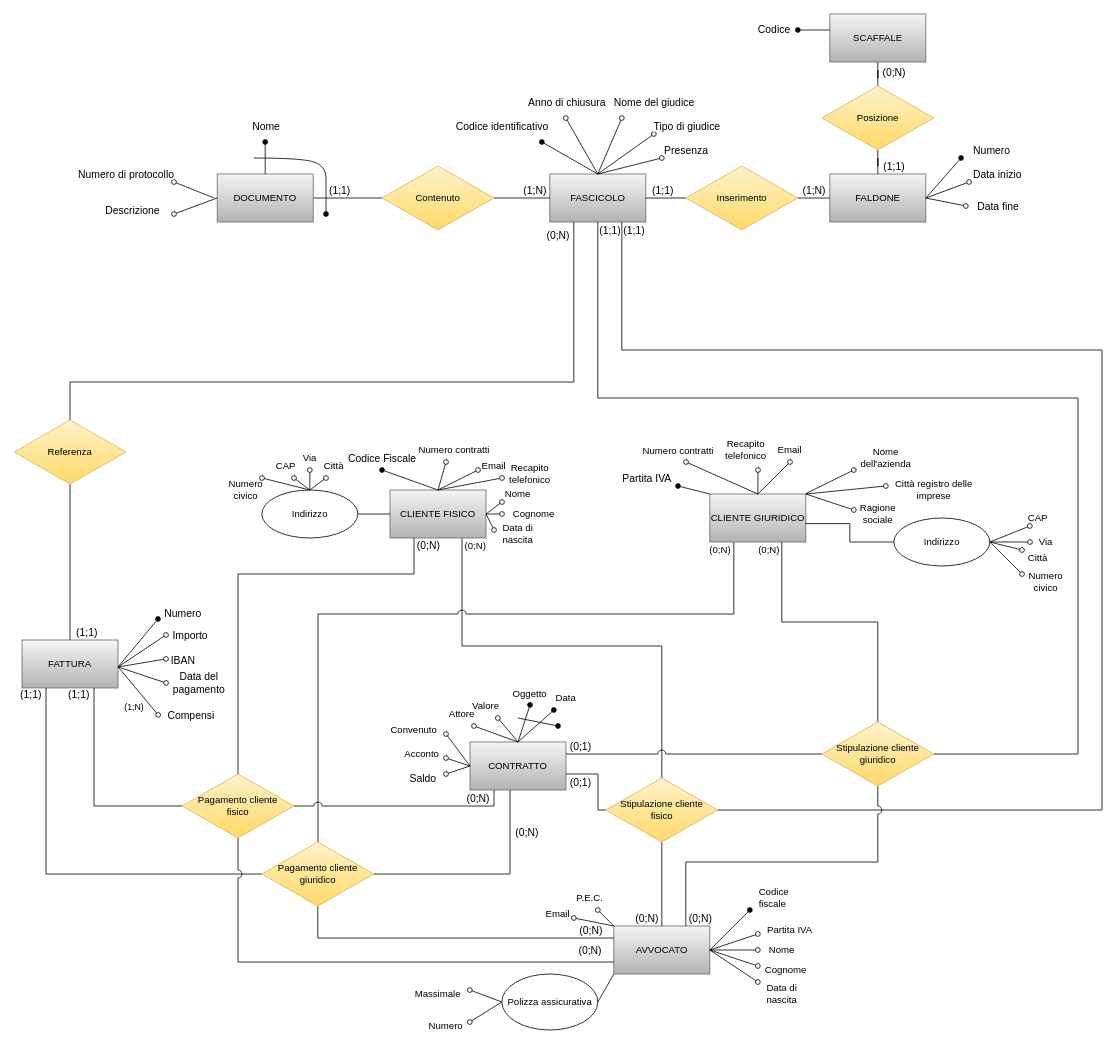
Above: DiagrammaER_Completo_DiMezzo.drawio in AndreaCiv/BasiDiDati (draw.io), before the change. Source tidied: cells renumbered, new cells numbered last; positions are measured from the earlier drawing's top-left corner, leaving out a move shared by most shapes. Both pictures are drawn from the tidied source at 80%, with x=0, y=0 at pixel (14, 14).
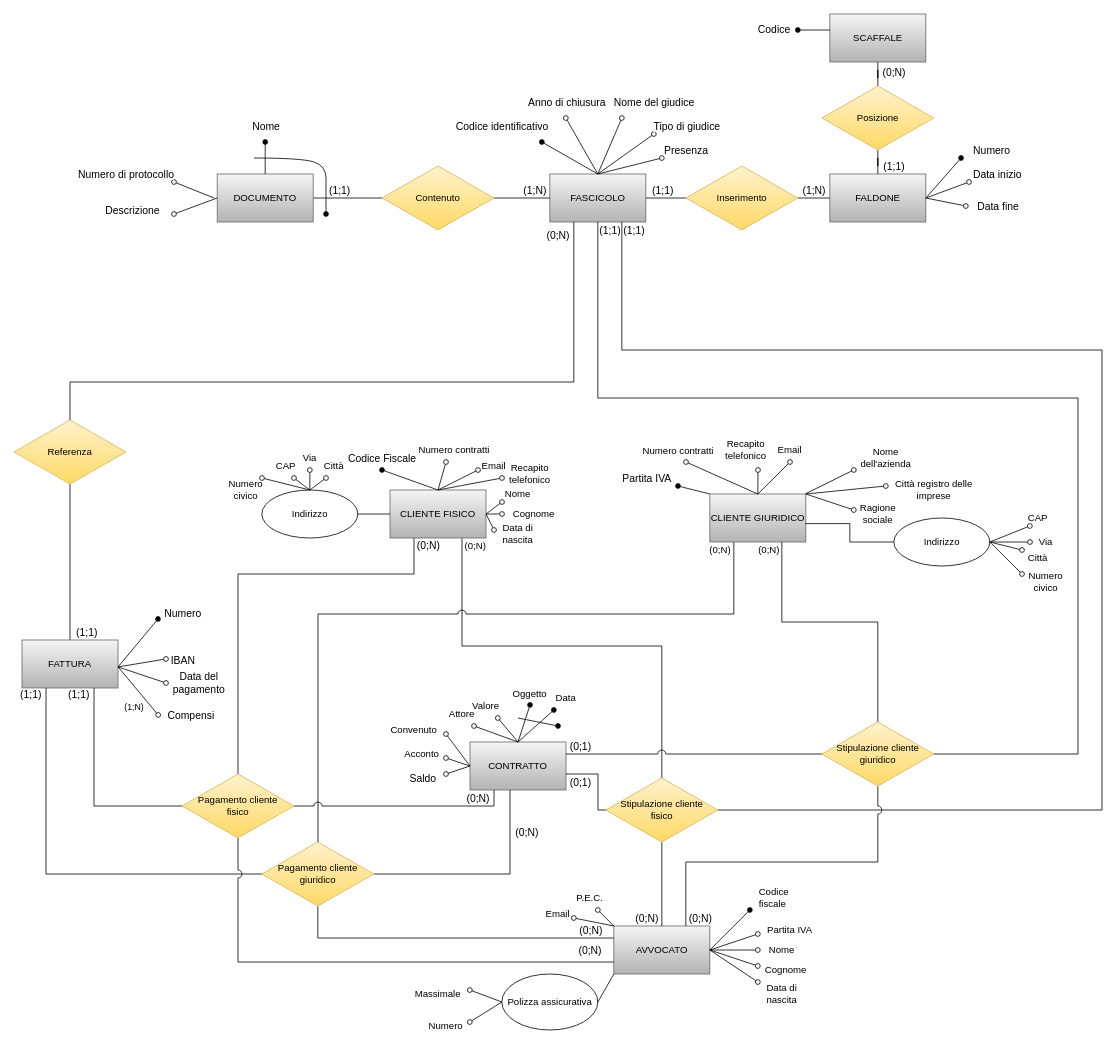
Above is the later version.

Commit message (it also covers changes not shown here):
Tolto importo in fattura

Diff of the diagram source:
```diff
@@
-    <mxCell id="71" style="endArrow=oval;html=1;rounded=0;fontSize=13;endFill=0;" parent="1" edge="1">
-      <mxGeometry relative="1" as="geometry">
-        <mxPoint x="130" y="816.2" as="sourcePoint" />
-        <mxPoint x="190" y="776.2" as="targetPoint" />
-      </mxGeometry>
-    </mxCell>
-    <mxCell id="72" value="Importo" style="edgeLabel;html=1;align=center;verticalAlign=middle;fontSize=13;" parent="71" vertex="1">
-      <mxGeometry x="0.35" y="2" relative="1" as="geometry">
-        <mxPoint x="50" y="-11" as="offset" />
-      </mxGeometry>
-    </mxCell>
```
